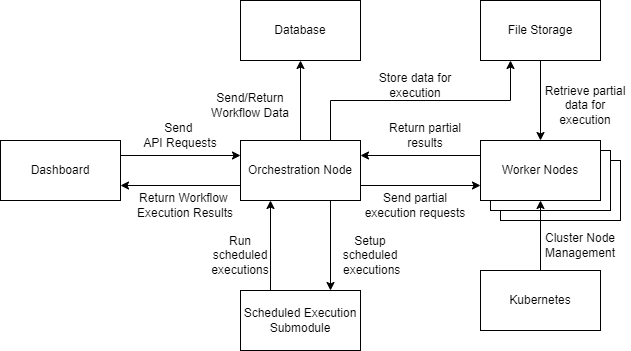
oliver-little/final-year-project keeps this draw.io diagram as Proposal/images/HighLevelDiagram.png. Above is the earlier version. Source tidied: cells renumbered, new cells last; positions are measured from the earlier drawing's top-left corner, leaving out a move shared by most shapes. The source it was exported from:
```xml
<mxGraphModel>
  <root>
    <mxCell id="0" />
    <mxCell id="1" parent="0" />
    <mxCell id="2" style="edgeStyle=orthogonalEdgeStyle;rounded=0;jettySize=auto;html=1;exitX=1;exitY=0.25;exitDx=0;exitDy=0;entryX=0;entryY=0.25;entryDx=0;entryDy=0;" parent="1" edge="1" source="3" target="9">
      <mxGeometry relative="1" as="geometry" />
    </mxCell>
    <mxCell id="3" value="Dashboard" style="rounded=0;whiteSpace=wrap;html=1;" parent="1" vertex="1">
      <mxGeometry y="140" width="120" height="60" as="geometry" />
    </mxCell>
    <mxCell id="4" style="edgeStyle=orthogonalEdgeStyle;rounded=0;jettySize=auto;html=1;exitX=0.5;exitY=0;exitDx=0;exitDy=0;entryX=0.5;entryY=1;entryDx=0;entryDy=0;" parent="1" edge="1" source="9" target="10">
      <mxGeometry relative="1" as="geometry" />
    </mxCell>
    <mxCell id="5" style="edgeStyle=orthogonalEdgeStyle;rounded=0;jettySize=auto;html=1;exitX=1;exitY=0.75;exitDx=0;exitDy=0;entryX=0;entryY=0.75;entryDx=0;entryDy=0;" parent="1" edge="1" source="9" target="18">
      <mxGeometry relative="1" as="geometry" />
    </mxCell>
    <mxCell id="6" style="edgeStyle=orthogonalEdgeStyle;rounded=0;jettySize=auto;html=1;exitX=0.75;exitY=0;exitDx=0;exitDy=0;entryX=0.25;entryY=1;entryDx=0;entryDy=0;" parent="1" edge="1" source="9" target="12">
      <mxGeometry relative="1" as="geometry" />
    </mxCell>
    <mxCell id="7" style="edgeStyle=orthogonalEdgeStyle;rounded=0;jettySize=auto;html=1;exitX=0;exitY=0.75;exitDx=0;exitDy=0;entryX=1;entryY=0.75;entryDx=0;entryDy=0;" parent="1" edge="1" source="9" target="3">
      <mxGeometry relative="1" as="geometry" />
    </mxCell>
    <mxCell id="8" style="edgeStyle=orthogonalEdgeStyle;rounded=0;jettySize=auto;html=1;exitX=0.75;exitY=1;exitDx=0;exitDy=0;entryX=0.75;entryY=0;entryDx=0;entryDy=0;" parent="1" edge="1" source="9" target="14">
      <mxGeometry relative="1" as="geometry" />
    </mxCell>
    <mxCell id="9" value="Orchestration Node" style="rounded=0;whiteSpace=wrap;html=1;" parent="1" vertex="1">
      <mxGeometry x="240" y="140" width="120" height="60" as="geometry" />
    </mxCell>
    <mxCell id="10" value="Database" style="rounded=0;whiteSpace=wrap;html=1;" parent="1" vertex="1">
      <mxGeometry x="240" width="120" height="60" as="geometry" />
    </mxCell>
    <mxCell id="11" style="edgeStyle=orthogonalEdgeStyle;rounded=0;jettySize=auto;html=1;exitX=0.5;exitY=1;exitDx=0;exitDy=0;entryX=0.5;entryY=0;entryDx=0;entryDy=0;" parent="1" edge="1" source="12" target="18">
      <mxGeometry relative="1" as="geometry" />
    </mxCell>
    <mxCell id="12" value="File Storage" style="rounded=0;whiteSpace=wrap;html=1;" parent="1" vertex="1">
      <mxGeometry x="480" width="120" height="60" as="geometry" />
    </mxCell>
    <mxCell id="13" style="edgeStyle=orthogonalEdgeStyle;rounded=0;jettySize=auto;html=1;exitX=0.25;exitY=0;exitDx=0;exitDy=0;entryX=0.25;entryY=1;entryDx=0;entryDy=0;" parent="1" edge="1" source="14" target="9">
      <mxGeometry relative="1" as="geometry" />
    </mxCell>
    <mxCell id="14" value="Scheduled Execution Submodule" style="rounded=0;whiteSpace=wrap;html=1;" parent="1" vertex="1">
      <mxGeometry x="240" y="290" width="120" height="60" as="geometry" />
    </mxCell>
    <mxCell id="15" style="group;" parent="1" vertex="1">
      <mxGeometry x="480" y="140" width="140" height="80" as="geometry" />
    </mxCell>
    <mxCell id="16" style="rounded=0;whiteSpace=wrap;html=1;" parent="15" vertex="1">
      <mxGeometry x="20" y="20" width="120" height="60" as="geometry" />
    </mxCell>
    <mxCell id="17" style="rounded=0;whiteSpace=wrap;html=1;" parent="15" vertex="1">
      <mxGeometry x="10" y="10" width="120" height="60" as="geometry" />
    </mxCell>
    <mxCell id="18" value="Worker Nodes" style="rounded=0;whiteSpace=wrap;html=1;" parent="15" vertex="1">
      <mxGeometry width="120" height="60" as="geometry" />
    </mxCell>
    <mxCell id="19" style="edgeStyle=orthogonalEdgeStyle;rounded=0;jettySize=auto;html=1;exitX=0;exitY=0.25;exitDx=0;exitDy=0;entryX=1;entryY=0.25;entryDx=0;entryDy=0;" parent="1" edge="1" source="18" target="9">
      <mxGeometry relative="1" as="geometry" />
    </mxCell>
    <mxCell id="20" value="Send &lt;br&gt;API Requests" style="text;html=1;strokeColor=none;fillColor=none;align=center;verticalAlign=middle;whiteSpace=wrap;rounded=0;" parent="1" vertex="1">
      <mxGeometry x="140" y="120" width="80" height="30" as="geometry" />
    </mxCell>
    <mxCell id="21" value="Return Workflow &lt;br&gt;Execution Results" style="text;html=1;strokeColor=none;fillColor=none;align=center;verticalAlign=middle;whiteSpace=wrap;rounded=0;" parent="1" vertex="1">
      <mxGeometry x="130" y="190" width="110" height="30" as="geometry" />
    </mxCell>
    <mxCell id="22" value="Send/Return Workflow Data" style="text;html=1;strokeColor=none;fillColor=none;align=center;verticalAlign=middle;whiteSpace=wrap;rounded=0;" parent="1" vertex="1">
      <mxGeometry x="210" y="90" width="80" height="30" as="geometry" />
    </mxCell>
    <mxCell id="23" style="edgeStyle=orthogonalEdgeStyle;rounded=0;orthogonalLoop=1;jettySize=auto;html=1;exitX=0.5;exitY=1;exitDx=0;exitDy=0;" parent="1" edge="1" source="22" target="22">
      <mxGeometry relative="1" as="geometry" />
    </mxCell>
    <mxCell id="24" value="Setup scheduled&lt;br&gt;&amp;nbsp;executions" style="text;html=1;strokeColor=none;fillColor=none;align=center;verticalAlign=middle;whiteSpace=wrap;rounded=0;" parent="1" vertex="1">
      <mxGeometry x="340" y="240" width="60" height="30" as="geometry" />
    </mxCell>
    <mxCell id="25" value="Run scheduled executions" style="text;html=1;strokeColor=none;fillColor=none;align=center;verticalAlign=middle;whiteSpace=wrap;rounded=0;" parent="1" vertex="1">
      <mxGeometry x="210" y="240" width="60" height="30" as="geometry" />
    </mxCell>
    <mxCell id="26" value="Return partial results" style="text;html=1;strokeColor=none;fillColor=none;align=center;verticalAlign=middle;whiteSpace=wrap;rounded=0;" parent="1" vertex="1">
      <mxGeometry x="380" y="120" width="90" height="30" as="geometry" />
    </mxCell>
    <mxCell id="27" value="Send partial execution requests" style="text;html=1;strokeColor=none;fillColor=none;align=center;verticalAlign=middle;whiteSpace=wrap;rounded=0;" parent="1" vertex="1">
      <mxGeometry x="360" y="190" width="110" height="30" as="geometry" />
    </mxCell>
    <mxCell id="28" value="Store data for execution" style="text;html=1;strokeColor=none;fillColor=none;align=center;verticalAlign=middle;whiteSpace=wrap;rounded=0;" parent="1" vertex="1">
      <mxGeometry x="370" y="70" width="90" height="30" as="geometry" />
    </mxCell>
    <mxCell id="29" value="Retrieve partial data for execution" style="text;html=1;strokeColor=none;fillColor=none;align=center;verticalAlign=middle;whiteSpace=wrap;rounded=0;" parent="1" vertex="1">
      <mxGeometry x="540" y="90" width="90" height="30" as="geometry" />
    </mxCell>
    <mxCell id="30" style="edgeStyle=orthogonalEdgeStyle;rounded=0;jettySize=auto;html=1;exitX=0.5;exitY=0;exitDx=0;exitDy=0;entryX=0.5;entryY=1;entryDx=0;entryDy=0;" parent="1" edge="1" source="31" target="18">
      <mxGeometry relative="1" as="geometry" />
    </mxCell>
    <mxCell id="31" value="Kubernetes" style="rounded=0;whiteSpace=wrap;html=1;" parent="1" vertex="1">
      <mxGeometry x="480" y="270" width="120" height="60" as="geometry" />
    </mxCell>
    <mxCell id="32" value="Cluster Node Management" style="text;html=1;strokeColor=none;fillColor=none;align=center;verticalAlign=middle;whiteSpace=wrap;rounded=0;" parent="1" vertex="1">
      <mxGeometry x="550" y="230" width="60" height="30" as="geometry" />
    </mxCell>
  </root>
</mxGraphModel>
```
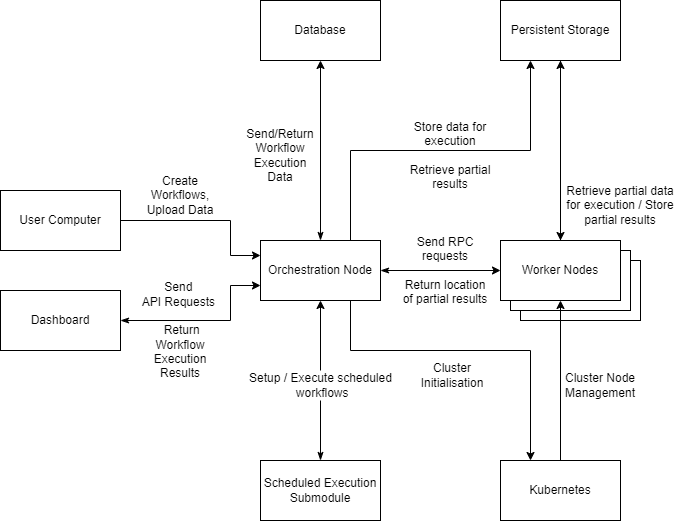
After the change.

Commit message:
Update High Level Diagram

The edit, as a diff of the source:
```diff
@@ -2,44 +2,52 @@
   <root>
     <mxCell id="0" />
     <mxCell id="1" parent="0" />
-    <mxCell id="2" style="edgeStyle=orthogonalEdgeStyle;rounded=0;jettySize=auto;html=1;exitX=1;exitY=0.25;exitDx=0;exitDy=0;entryX=0;entryY=0.25;entryDx=0;entryDy=0;" parent="1" edge="1" source="3" target="9">
-      <mxGeometry relative="1" as="geometry" />
+    <mxCell id="2" style="edgeStyle=orthogonalEdgeStyle;rounded=0;jettySize=auto;html=1;exitX=1;exitY=0.5;exitDx=0;exitDy=0;startArrow=classicThin;startFill=1;entryX=0;entryY=0.75;entryDx=0;entryDy=0;" parent="1" edge="1" source="3" target="9">
+      <mxGeometry relative="1" as="geometry">
+        <Array as="points">
+          <mxPoint x="100" y="220" />
+          <mxPoint x="210" y="220" />
+          <mxPoint x="210" y="185" />
+        </Array>
+      </mxGeometry>
     </mxCell>
     <mxCell id="3" value="Dashboard" style="rounded=0;whiteSpace=wrap;html=1;" parent="1" vertex="1">
-      <mxGeometry y="140" width="120" height="60" as="geometry" />
+      <mxGeometry x="-20" y="190" width="120" height="60" as="geometry" />
     </mxCell>
-    <mxCell id="4" style="edgeStyle=orthogonalEdgeStyle;rounded=0;jettySize=auto;html=1;exitX=0.5;exitY=0;exitDx=0;exitDy=0;entryX=0.5;entryY=1;entryDx=0;entryDy=0;" parent="1" edge="1" source="9" target="10">
+    <mxCell id="4" style="edgeStyle=orthogonalEdgeStyle;rounded=0;jettySize=auto;html=1;exitX=0.5;exitY=0;exitDx=0;exitDy=0;entryX=0.5;entryY=1;entryDx=0;entryDy=0;startArrow=classicThin;startFill=1;" parent="1" edge="1" source="9" target="10">
       <mxGeometry relative="1" as="geometry" />
     </mxCell>
+    <mxCell id="6" style="edgeStyle=orthogonalEdgeStyle;rounded=0;jettySize=auto;html=1;exitX=0.75;exitY=0;exitDx=0;exitDy=0;entryX=0.25;entryY=1;entryDx=0;entryDy=0;" parent="1" edge="1" source="9" target="12">
+      <mxGeometry relative="1" as="geometry" />
+    </mxCell>
-    <mxCell id="5" style="edgeStyle=orthogonalEdgeStyle;rounded=0;jettySize=auto;html=1;exitX=1;exitY=0.75;exitDx=0;exitDy=0;entryX=0;entryY=0.75;entryDx=0;entryDy=0;" parent="1" edge="1" source="9" target="18">
+    <mxCell id="5" style="edgeStyle=orthogonalEdgeStyle;rounded=0;jettySize=auto;html=1;exitX=1;exitY=0.5;exitDx=0;exitDy=0;startArrow=classicThin;startFill=1;" parent="1" edge="1" source="9" target="18">
       <mxGeometry relative="1" as="geometry" />
     </mxCell>
-    <mxCell id="6" style="edgeStyle=orthogonalEdgeStyle;rounded=0;jettySize=auto;html=1;exitX=0.75;exitY=0;exitDx=0;exitDy=0;entryX=0.25;entryY=1;entryDx=0;entryDy=0;" parent="1" edge="1" source="9" target="12">
-      <mxGeometry relative="1" as="geometry" />
-    </mxCell>
-    <mxCell id="7" style="edgeStyle=orthogonalEdgeStyle;rounded=0;jettySize=auto;html=1;exitX=0;exitY=0.75;exitDx=0;exitDy=0;entryX=1;entryY=0.75;entryDx=0;entryDy=0;" parent="1" edge="1" source="9" target="3">
-      <mxGeometry relative="1" as="geometry" />
-    </mxCell>
-    <mxCell id="8" style="edgeStyle=orthogonalEdgeStyle;rounded=0;jettySize=auto;html=1;exitX=0.75;exitY=1;exitDx=0;exitDy=0;entryX=0.75;entryY=0;entryDx=0;entryDy=0;" parent="1" edge="1" source="9" target="14">
-      <mxGeometry relative="1" as="geometry" />
-    </mxCell>
+    <mxCell id="33" style="edgeStyle=orthogonalEdgeStyle;rounded=0;jettySize=auto;html=1;exitX=0.75;exitY=1;exitDx=0;exitDy=0;startArrow=none;startFill=0;entryX=0.25;entryY=0;entryDx=0;entryDy=0;" parent="1" edge="1" source="9" target="31">
+      <mxGeometry relative="1" as="geometry">
+        <Array as="points">
+          <mxPoint x="330" y="250" />
+          <mxPoint x="510" y="250" />
+        </Array>
+      </mxGeometry>
+    </mxCell>
     <mxCell id="9" value="Orchestration Node" style="rounded=0;whiteSpace=wrap;html=1;" parent="1" vertex="1">
       <mxGeometry x="240" y="140" width="120" height="60" as="geometry" />
     </mxCell>
     <mxCell id="10" value="Database" style="rounded=0;whiteSpace=wrap;html=1;" parent="1" vertex="1">
-      <mxGeometry x="240" width="120" height="60" as="geometry" />
+      <mxGeometry x="240" y="-100" width="120" height="60" as="geometry" />
     </mxCell>
     <mxCell id="11" style="edgeStyle=orthogonalEdgeStyle;rounded=0;jettySize=auto;html=1;exitX=0.5;exitY=1;exitDx=0;exitDy=0;entryX=0.5;entryY=0;entryDx=0;entryDy=0;" parent="1" edge="1" source="12" target="18">
       <mxGeometry relative="1" as="geometry" />
     </mxCell>
-    <mxCell id="12" value="File Storage" style="rounded=0;whiteSpace=wrap;html=1;" parent="1" vertex="1">
-      <mxGeometry x="480" width="120" height="60" as="geometry" />
+    <mxCell id="12" value="Persistent Storage" style="rounded=0;whiteSpace=wrap;html=1;" parent="1" vertex="1">
+      <mxGeometry x="480" y="-100" width="120" height="60" as="geometry" />
     </mxCell>
-    <mxCell id="13" style="edgeStyle=orthogonalEdgeStyle;rounded=0;jettySize=auto;html=1;exitX=0.25;exitY=0;exitDx=0;exitDy=0;entryX=0.25;entryY=1;entryDx=0;entryDy=0;" parent="1" edge="1" source="14" target="9">
-      <mxGeometry relative="1" as="geometry" />
-    </mxCell>
+    <mxCell id="34" style="edgeStyle=orthogonalEdgeStyle;rounded=0;jettySize=auto;html=1;exitX=0.5;exitY=0;exitDx=0;exitDy=0;entryX=0.5;entryY=1;entryDx=0;entryDy=0;startArrow=none;startFill=1;" parent="1" edge="1" source="24" target="9">
+      <mxGeometry relative="1" as="geometry" />
+    </mxCell>
     <mxCell id="14" value="Scheduled Execution Submodule" style="rounded=0;whiteSpace=wrap;html=1;" parent="1" vertex="1">
-      <mxGeometry x="240" y="290" width="120" height="60" as="geometry" />
+      <mxGeometry x="240" y="360" width="120" height="60" as="geometry" />
     </mxCell>
     <mxCell id="15" style="group;" parent="1" vertex="1">
       <mxGeometry x="480" y="140" width="140" height="80" as="geometry" />
@@ -53,47 +61,64 @@
     <mxCell id="18" value="Worker Nodes" style="rounded=0;whiteSpace=wrap;html=1;" parent="15" vertex="1">
       <mxGeometry width="120" height="60" as="geometry" />
     </mxCell>
-    <mxCell id="19" style="edgeStyle=orthogonalEdgeStyle;rounded=0;jettySize=auto;html=1;exitX=0;exitY=0.25;exitDx=0;exitDy=0;entryX=1;entryY=0.25;entryDx=0;entryDy=0;" parent="1" edge="1" source="18" target="9">
-      <mxGeometry relative="1" as="geometry" />
-    </mxCell>
-    <mxCell id="20" value="Send &lt;br&gt;API Requests" style="text;html=1;strokeColor=none;fillColor=none;align=center;verticalAlign=middle;whiteSpace=wrap;rounded=0;" parent="1" vertex="1">
-      <mxGeometry x="140" y="120" width="80" height="30" as="geometry" />
+    <mxCell id="20" value="Send &lt;br&gt;API Requests&amp;nbsp;&lt;br&gt;&lt;br&gt;&amp;nbsp;Return Workflow Execution Results" style="text;html=1;strokeColor=none;fillColor=none;align=center;verticalAlign=middle;whiteSpace=wrap;rounded=0;" parent="1" vertex="1">
+      <mxGeometry x="120" y="215" width="80" height="30" as="geometry" />
     </mxCell>
-    <mxCell id="21" value="Return Workflow &lt;br&gt;Execution Results" style="text;html=1;strokeColor=none;fillColor=none;align=center;verticalAlign=middle;whiteSpace=wrap;rounded=0;" parent="1" vertex="1">
-      <mxGeometry x="130" y="190" width="110" height="30" as="geometry" />
-    </mxCell>
-    <mxCell id="22" value="Send/Return Workflow Data" style="text;html=1;strokeColor=none;fillColor=none;align=center;verticalAlign=middle;whiteSpace=wrap;rounded=0;" parent="1" vertex="1">
-      <mxGeometry x="210" y="90" width="80" height="30" as="geometry" />
+    <mxCell id="22" value="Send/Return Workflow Execution Data" style="text;html=1;strokeColor=none;fillColor=none;align=center;verticalAlign=middle;whiteSpace=wrap;rounded=0;" parent="1" vertex="1">
+      <mxGeometry x="220" y="40" width="80" height="30" as="geometry" />
     </mxCell>
     <mxCell id="23" style="edgeStyle=orthogonalEdgeStyle;rounded=0;orthogonalLoop=1;jettySize=auto;html=1;exitX=0.5;exitY=1;exitDx=0;exitDy=0;" parent="1" edge="1" source="22" target="22">
       <mxGeometry relative="1" as="geometry" />
     </mxCell>
-    <mxCell id="24" value="Setup scheduled&lt;br&gt;&amp;nbsp;executions" style="text;html=1;strokeColor=none;fillColor=none;align=center;verticalAlign=middle;whiteSpace=wrap;rounded=0;" parent="1" vertex="1">
-      <mxGeometry x="340" y="240" width="60" height="30" as="geometry" />
-    </mxCell>
-    <mxCell id="25" value="Run scheduled executions" style="text;html=1;strokeColor=none;fillColor=none;align=center;verticalAlign=middle;whiteSpace=wrap;rounded=0;" parent="1" vertex="1">
-      <mxGeometry x="210" y="240" width="60" height="30" as="geometry" />
-    </mxCell>
-    <mxCell id="26" value="Return partial results" style="text;html=1;strokeColor=none;fillColor=none;align=center;verticalAlign=middle;whiteSpace=wrap;rounded=0;" parent="1" vertex="1">
-      <mxGeometry x="380" y="120" width="90" height="30" as="geometry" />
-    </mxCell>
-    <mxCell id="27" value="Send partial execution requests" style="text;html=1;strokeColor=none;fillColor=none;align=center;verticalAlign=middle;whiteSpace=wrap;rounded=0;" parent="1" vertex="1">
-      <mxGeometry x="360" y="190" width="110" height="30" as="geometry" />
-    </mxCell>
-    <mxCell id="28" value="Store data for execution" style="text;html=1;strokeColor=none;fillColor=none;align=center;verticalAlign=middle;whiteSpace=wrap;rounded=0;" parent="1" vertex="1">
-      <mxGeometry x="370" y="70" width="90" height="30" as="geometry" />
+    <mxCell id="28" value="Store data for execution&lt;br&gt;&lt;br&gt;Retrieve partial results" style="text;html=1;strokeColor=none;fillColor=none;align=center;verticalAlign=middle;whiteSpace=wrap;rounded=0;" parent="1" vertex="1">
+      <mxGeometry x="385" y="40" width="90" height="30" as="geometry" />
     </mxCell>
-    <mxCell id="29" value="Retrieve partial data for execution" style="text;html=1;strokeColor=none;fillColor=none;align=center;verticalAlign=middle;whiteSpace=wrap;rounded=0;" parent="1" vertex="1">
-      <mxGeometry x="540" y="90" width="90" height="30" as="geometry" />
+    <mxCell id="29" value="Retrieve partial data for execution / Store partial results" style="text;html=1;strokeColor=none;fillColor=none;align=center;verticalAlign=middle;whiteSpace=wrap;rounded=0;" parent="1" vertex="1">
+      <mxGeometry x="540" y="90" width="120" height="30" as="geometry" />
     </mxCell>
     <mxCell id="30" style="edgeStyle=orthogonalEdgeStyle;rounded=0;jettySize=auto;html=1;exitX=0.5;exitY=0;exitDx=0;exitDy=0;entryX=0.5;entryY=1;entryDx=0;entryDy=0;" parent="1" edge="1" source="31" target="18">
       <mxGeometry relative="1" as="geometry" />
     </mxCell>
     <mxCell id="31" value="Kubernetes" style="rounded=0;whiteSpace=wrap;html=1;" parent="1" vertex="1">
-      <mxGeometry x="480" y="270" width="120" height="60" as="geometry" />
+      <mxGeometry x="480" y="360" width="120" height="60" as="geometry" />
     </mxCell>
     <mxCell id="32" value="Cluster Node Management" style="text;html=1;strokeColor=none;fillColor=none;align=center;verticalAlign=middle;whiteSpace=wrap;rounded=0;" parent="1" vertex="1">
-      <mxGeometry x="550" y="230" width="60" height="30" as="geometry" />
+      <mxGeometry x="550" y="270" width="60" height="30" as="geometry" />
     </mxCell>
+    <mxCell id="35" style="edgeStyle=orthogonalEdgeStyle;rounded=0;jettySize=auto;html=1;exitX=0.5;exitY=0;exitDx=0;exitDy=0;entryX=0.5;entryY=1;entryDx=0;entryDy=0;" parent="1" edge="1" source="18" target="12">
+      <mxGeometry relative="1" as="geometry" />
+    </mxCell>
+    <mxCell id="36" value="Send RPC requests&lt;br&gt;&lt;br&gt;Return location of partial results" style="text;html=1;strokeColor=none;fillColor=none;align=center;verticalAlign=middle;whiteSpace=wrap;rounded=0;" parent="1" vertex="1">
+      <mxGeometry x="380" y="155" width="90" height="30" as="geometry" />
+    </mxCell>
+    <mxCell id="24" value="Setup / Execute scheduled&lt;br&gt;&amp;nbsp;workflows" style="text;html=1;strokeColor=none;fillColor=none;align=center;verticalAlign=middle;whiteSpace=wrap;rounded=0;" parent="1" vertex="1">
+      <mxGeometry x="212.5" y="270" width="175" height="30" as="geometry" />
+    </mxCell>
+    <mxCell id="37" style="edgeStyle=orthogonalEdgeStyle;rounded=0;jettySize=auto;html=1;exitX=0.5;exitY=0;exitDx=0;exitDy=0;entryX=0.5;entryY=1;entryDx=0;entryDy=0;startArrow=classicThin;startFill=1;endArrow=none;" parent="1" edge="1" source="14" target="24">
+      <mxGeometry relative="1" as="geometry" />
+    </mxCell>
+    <mxCell id="38" value="Cluster Initialisation" style="text;html=1;strokeColor=none;fillColor=none;align=center;verticalAlign=middle;whiteSpace=wrap;rounded=0;" parent="1" vertex="1">
+      <mxGeometry x="387.5" y="260" width="87.5" height="30" as="geometry" />
+    </mxCell>
+    <mxCell id="39" style="edgeStyle=orthogonalEdgeStyle;rounded=0;jettySize=auto;html=1;exitX=1;exitY=0.5;exitDx=0;exitDy=0;entryX=0;entryY=0.25;entryDx=0;entryDy=0;startArrow=none;startFill=0;" parent="1" edge="1" source="40" target="9">
+      <mxGeometry relative="1" as="geometry">
+        <Array as="points">
+          <mxPoint x="100" y="120" />
+          <mxPoint x="210" y="120" />
+          <mxPoint x="210" y="155" />
+        </Array>
+      </mxGeometry>
+    </mxCell>
+    <mxCell id="40" value="User Computer" style="rounded=0;whiteSpace=wrap;html=1;" parent="1" vertex="1">
+      <mxGeometry x="-20" y="90" width="120" height="60" as="geometry" />
+    </mxCell>
+    <mxCell id="41" style="edgeStyle=orthogonalEdgeStyle;rounded=0;jettySize=auto;html=1;exitX=0.5;exitY=0;exitDx=0;exitDy=0;startArrow=none;startFill=0;" parent="1" edge="1" source="42">
+      <mxGeometry relative="1" as="geometry">
+        <mxPoint x="160" y="80" as="targetPoint" />
+      </mxGeometry>
+    </mxCell>
+    <mxCell id="42" value="Create Workflows, Upload Data" style="text;html=1;strokeColor=none;fillColor=none;align=center;verticalAlign=middle;whiteSpace=wrap;rounded=0;" parent="1" vertex="1">
+      <mxGeometry x="120" y="80" width="80" height="30" as="geometry" />
+    </mxCell>
   </root>
 </mxGraphModel>
```
